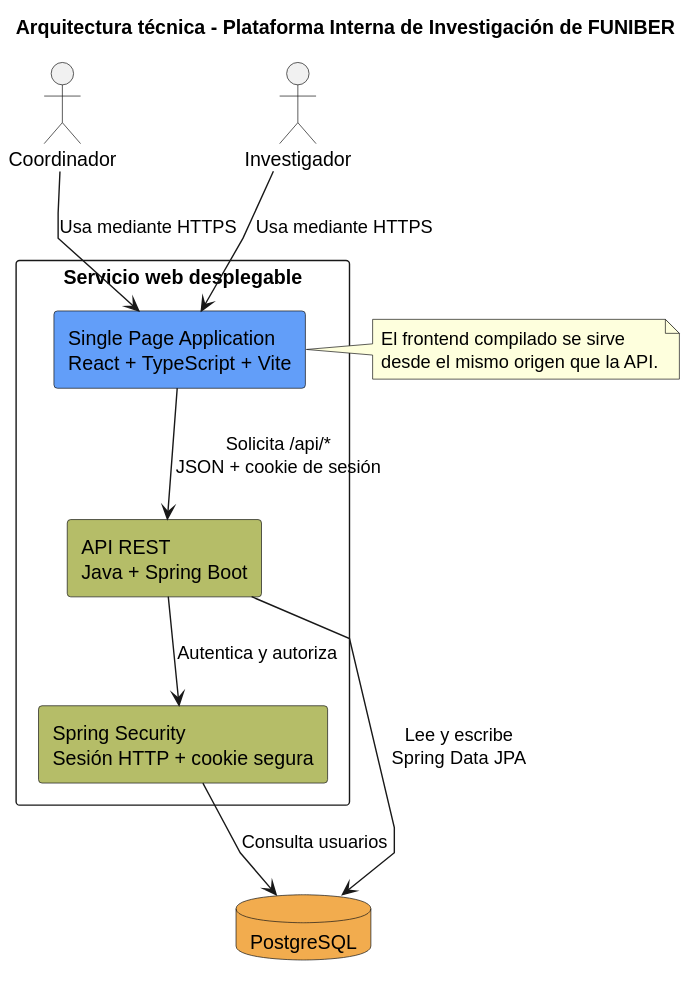
beatriizorozco/25-26-idsw2-sdVC keeps this PlantUML diagram as images/RUP/02-diseño/arquitectura.svg. Above is the earlier version. Source of this version:
```plantuml
@startuml
skinparam linetype polyline
skinparam componentStyle rectangle

title Arquitectura técnica - Plataforma Interna de Investigación de FUNIBER

actor Coordinador
actor Investigador

rectangle "Servicio web desplegable" {
    rectangle "Single Page Application\nReact + TypeScript + Vite" as Frontend #629EF9
    rectangle "API REST\nJava + Spring Boot" as Api #b5bd68
    rectangle "Spring Security\nSesión HTTP + cookie segura" as Security #b5bd68
}

database "PostgreSQL" as Database #F2AC4E

Coordinador --> Frontend: Usa mediante HTTPS
Investigador --> Frontend: Usa mediante HTTPS
Frontend --> Api: Solicita /api/*\nJSON + cookie de sesión
Api --> Security: Autentica y autoriza
Api --> Database: Lee y escribe\nSpring Data JPA
Security --> Database: Consulta usuarios

note right of Frontend
El frontend compilado se sirve
desde el mismo origen que la API.
end note
@enduml
```
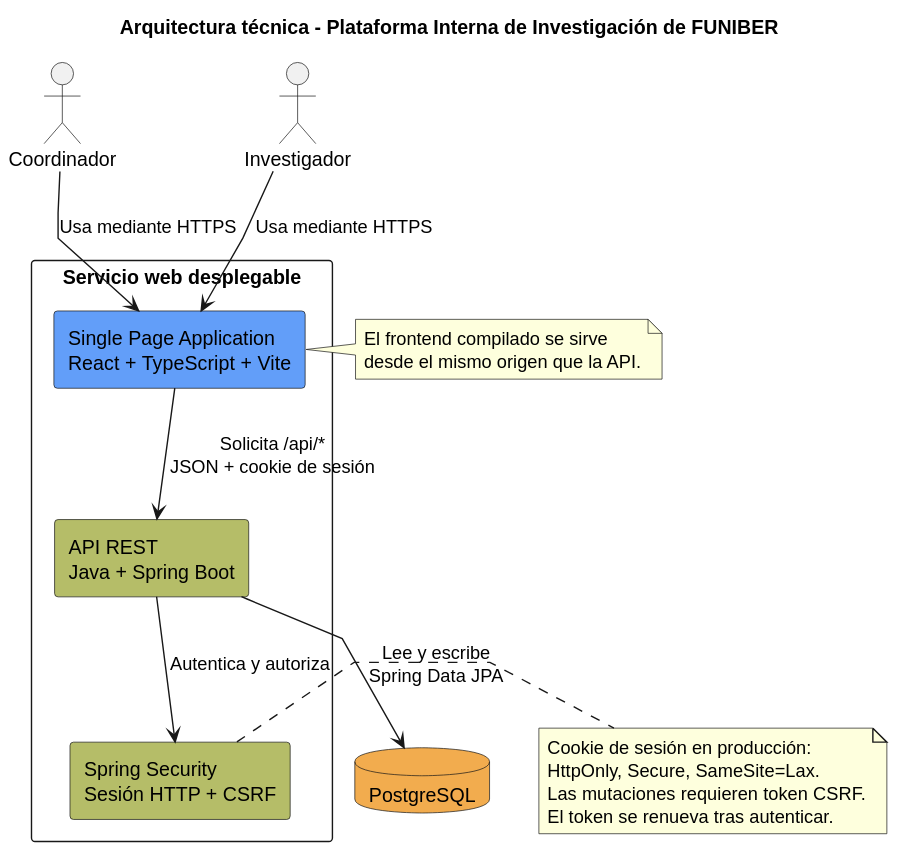
After the change.

Diff of the diagram source:
```diff
@@ -10,7 +10,7 @@
 rectangle "Servicio web desplegable" {
     rectangle "Single Page Application\nReact + TypeScript + Vite" as Frontend #629EF9
     rectangle "API REST\nJava + Spring Boot" as Api #b5bd68
-    rectangle "Spring Security\nSesión HTTP + cookie segura" as Security #b5bd68
+    rectangle "Spring Security\nSesión HTTP + CSRF" as Security #b5bd68
 }
 
 database "PostgreSQL" as Database #F2AC4E
@@ -20,10 +20,16 @@
 Frontend --> Api: Solicita /api/*\nJSON + cookie de sesión
 Api --> Security: Autentica y autoriza
 Api --> Database: Lee y escribe\nSpring Data JPA
-Security --> Database: Consulta usuarios
 
 note right of Frontend
 El frontend compilado se sirve
 desde el mismo origen que la API.
 end note
+
+note right of Security
+Cookie de sesión en producción:
+HttpOnly, Secure, SameSite=Lax.
+Las mutaciones requieren token CSRF.
+El token se renueva tras autenticar.
+end note
 @enduml
```
